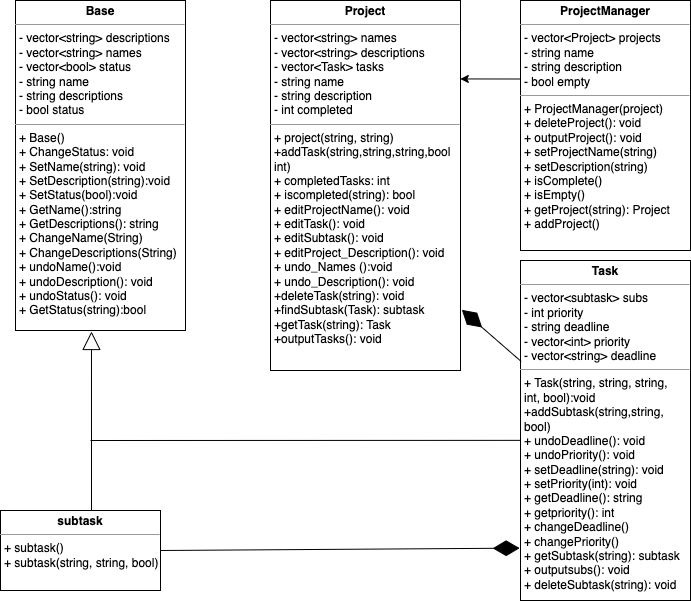
Earlier version of the draw.io export images/UML_CS100P.png (ELing24/Task_Scheduler_CPP). Source tidied: cells renumbered, new cells last; positions are measured from the earlier drawing's top-left corner, leaving out a move shared by most shapes.
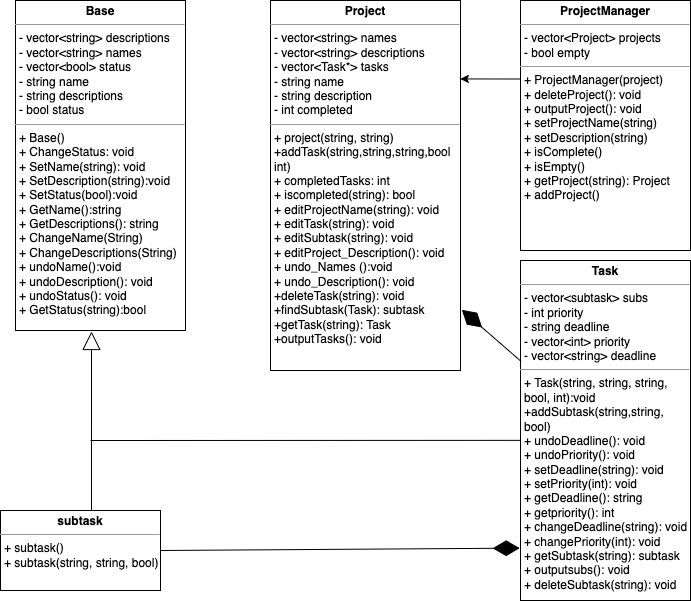
The same file after the commit.

Diff of the diagram source:
```diff
@@ -2,13 +2,13 @@
   <root>
     <mxCell id="0" />
     <mxCell id="1" parent="0" />
-    <mxCell id="2" value="&lt;p style=&quot;margin:0px;margin-top:4px;text-align:center;&quot;&gt;&lt;b&gt;ProjectManager&lt;/b&gt;&lt;/p&gt;&lt;hr size=&quot;1&quot;&gt;&lt;p style=&quot;margin:0px;margin-left:4px;&quot;&gt;- vector&amp;lt;Project&amp;gt; projects&lt;br&gt;&lt;/p&gt;&lt;p style=&quot;margin:0px;margin-left:4px;&quot;&gt;- string name&lt;/p&gt;&lt;p style=&quot;margin:0px;margin-left:4px;&quot;&gt;- string description&lt;/p&gt;&lt;p style=&quot;margin:0px;margin-left:4px;&quot;&gt;- bool empty&lt;/p&gt;&lt;hr size=&quot;1&quot;&gt;&lt;p style=&quot;margin:0px;margin-left:4px;&quot;&gt;+ ProjectManager(project)&lt;/p&gt;&lt;p style=&quot;margin:0px;margin-left:4px;&quot;&gt;+ deleteProject(): void&lt;br&gt;&lt;/p&gt;&lt;p style=&quot;margin:0px;margin-left:4px;&quot;&gt;+ outputProject(): void&lt;br&gt;&lt;/p&gt;&lt;p style=&quot;margin:0px;margin-left:4px;&quot;&gt;+ setProjectName(string)&lt;br&gt;&lt;/p&gt;&lt;p style=&quot;margin:0px;margin-left:4px;&quot;&gt;+ setDescription(string)&lt;br&gt;&lt;/p&gt;&lt;p style=&quot;margin:0px;margin-left:4px;&quot;&gt;+ isComplete()&lt;br&gt;&lt;/p&gt;&lt;p style=&quot;margin:0px;margin-left:4px;&quot;&gt;+ isEmpty()&lt;br&gt;&lt;/p&gt;&lt;p style=&quot;margin:0px;margin-left:4px;&quot;&gt;+ getProject(string): Project&lt;/p&gt;&lt;p style=&quot;margin:0px;margin-left:4px;&quot;&gt;+ addProject()&lt;/p&gt;" style="verticalAlign=top;align=left;overflow=fill;fontSize=12;fontFamily=Helvetica;html=1;" parent="1" vertex="1">
+    <mxCell id="2" value="&lt;p style=&quot;margin:0px;margin-top:4px;text-align:center;&quot;&gt;&lt;b&gt;ProjectManager&lt;/b&gt;&lt;/p&gt;&lt;hr size=&quot;1&quot;&gt;&lt;p style=&quot;margin:0px;margin-left:4px;&quot;&gt;- vector&amp;lt;Project&amp;gt; projects&lt;/p&gt;&lt;p style=&quot;margin:0px;margin-left:4px;&quot;&gt;- bool empty&lt;/p&gt;&lt;hr size=&quot;1&quot;&gt;&lt;p style=&quot;margin:0px;margin-left:4px;&quot;&gt;+ ProjectManager(project)&lt;/p&gt;&lt;p style=&quot;margin:0px;margin-left:4px;&quot;&gt;+ deleteProject(): void&lt;br&gt;&lt;/p&gt;&lt;p style=&quot;margin:0px;margin-left:4px;&quot;&gt;+ outputProject(): void&lt;br&gt;&lt;/p&gt;&lt;p style=&quot;margin:0px;margin-left:4px;&quot;&gt;+ setProjectName(string)&lt;br&gt;&lt;/p&gt;&lt;p style=&quot;margin:0px;margin-left:4px;&quot;&gt;+ setDescription(string)&lt;br&gt;&lt;/p&gt;&lt;p style=&quot;margin:0px;margin-left:4px;&quot;&gt;+ isComplete()&lt;br&gt;&lt;/p&gt;&lt;p style=&quot;margin:0px;margin-left:4px;&quot;&gt;+ isEmpty()&lt;br&gt;&lt;/p&gt;&lt;p style=&quot;margin:0px;margin-left:4px;&quot;&gt;+ getProject(string): Project&lt;/p&gt;&lt;p style=&quot;margin:0px;margin-left:4px;&quot;&gt;+ addProject()&lt;/p&gt;" style="verticalAlign=top;align=left;overflow=fill;fontSize=12;fontFamily=Helvetica;html=1;" parent="1" vertex="1">
       <mxGeometry x="520" width="170" height="250" as="geometry" />
     </mxCell>
-    <mxCell id="3" value="&lt;p style=&quot;margin:0px;margin-top:4px;text-align:center;&quot;&gt;&lt;b&gt;Project&lt;/b&gt;&lt;/p&gt;&lt;hr size=&quot;1&quot;&gt;&lt;p style=&quot;margin:0px;margin-left:4px;&quot;&gt;- vector&amp;lt;string&amp;gt; names&lt;br&gt;&lt;/p&gt;&lt;p style=&quot;margin:0px;margin-left:4px;&quot;&gt;- vector&amp;lt;string&amp;gt; descriptions&lt;/p&gt;&lt;p style=&quot;margin:0px;margin-left:4px;&quot;&gt;- vector&amp;lt;Task&amp;gt; tasks&lt;br&gt;&lt;/p&gt;&lt;p style=&quot;margin:0px;margin-left:4px;&quot;&gt;- string name&lt;/p&gt;&lt;p style=&quot;margin:0px;margin-left:4px;&quot;&gt;- string description&lt;br&gt;&lt;/p&gt;&lt;p style=&quot;margin:0px;margin-left:4px;&quot;&gt;- int completed&lt;br&gt;&lt;/p&gt;&lt;hr size=&quot;1&quot;&gt;&lt;p style=&quot;margin:0px;margin-left:4px;&quot;&gt;&lt;span style=&quot;background-color: initial;&quot;&gt;+ project(string, string)&lt;/span&gt;&lt;/p&gt;&lt;p style=&quot;margin:0px;margin-left:4px;&quot;&gt;&lt;span style=&quot;background-color: initial;&quot;&gt;+addTask(string,string,string,bool&lt;/span&gt;&lt;/p&gt;&lt;p style=&quot;margin:0px;margin-left:4px;&quot;&gt;&lt;span style=&quot;background-color: initial;&quot;&gt;int)&lt;/span&gt;&lt;/p&gt;&lt;p style=&quot;margin:0px;margin-left:4px;&quot;&gt;+ completedTasks: int&lt;br&gt;&lt;/p&gt;&lt;p style=&quot;margin:0px;margin-left:4px;&quot;&gt;+ iscompleted(string): bool&lt;/p&gt;&lt;p style=&quot;margin:0px;margin-left:4px;&quot;&gt;+ editProjectName(): void&lt;br&gt;&lt;/p&gt;&lt;p style=&quot;margin:0px;margin-left:4px;&quot;&gt;+ editTask(): void&lt;/p&gt;&lt;p style=&quot;margin:0px;margin-left:4px;&quot;&gt;+ editSubtask(): void&amp;nbsp;&lt;/p&gt;&lt;p style=&quot;margin:0px;margin-left:4px;&quot;&gt;+ editProject_Description(): void&lt;br&gt;&lt;/p&gt;&lt;p style=&quot;margin:0px;margin-left:4px;&quot;&gt;+ undo_Names ():void&lt;br&gt;&lt;/p&gt;&lt;p style=&quot;margin:0px;margin-left:4px;&quot;&gt;+ undo_Description(): void&lt;br&gt;&lt;/p&gt;&lt;p style=&quot;margin:0px;margin-left:4px;&quot;&gt;+deleteTask(string): void&lt;/p&gt;&lt;p style=&quot;margin:0px;margin-left:4px;&quot;&gt;+findSubtask(Task): subtask&lt;/p&gt;&lt;p style=&quot;margin:0px;margin-left:4px;&quot;&gt;+getTask(string): Task&lt;/p&gt;&lt;p style=&quot;margin:0px;margin-left:4px;&quot;&gt;+outputTasks(): void&lt;/p&gt;&lt;p style=&quot;margin:0px;margin-left:4px;&quot;&gt;&lt;br&gt;&lt;/p&gt;&lt;p style=&quot;margin:0px;margin-left:4px;&quot;&gt;&lt;br&gt;&lt;/p&gt;" style="verticalAlign=top;align=left;overflow=fill;fontSize=12;fontFamily=Helvetica;html=1;" parent="1" vertex="1">
+    <mxCell id="3" value="&lt;p style=&quot;margin:0px;margin-top:4px;text-align:center;&quot;&gt;&lt;b&gt;Project&lt;/b&gt;&lt;/p&gt;&lt;hr size=&quot;1&quot;&gt;&lt;p style=&quot;margin:0px;margin-left:4px;&quot;&gt;- vector&amp;lt;string&amp;gt; names&lt;br&gt;&lt;/p&gt;&lt;p style=&quot;margin:0px;margin-left:4px;&quot;&gt;- vector&amp;lt;string&amp;gt; descriptions&lt;/p&gt;&lt;p style=&quot;margin:0px;margin-left:4px;&quot;&gt;- vector&amp;lt;Task*&amp;gt; tasks&lt;br&gt;&lt;/p&gt;&lt;p style=&quot;margin:0px;margin-left:4px;&quot;&gt;- string name&lt;/p&gt;&lt;p style=&quot;margin:0px;margin-left:4px;&quot;&gt;- string description&lt;br&gt;&lt;/p&gt;&lt;p style=&quot;margin:0px;margin-left:4px;&quot;&gt;- int completed&lt;br&gt;&lt;/p&gt;&lt;hr size=&quot;1&quot;&gt;&lt;p style=&quot;margin:0px;margin-left:4px;&quot;&gt;&lt;span style=&quot;background-color: initial;&quot;&gt;+ project(string, string)&lt;/span&gt;&lt;/p&gt;&lt;p style=&quot;margin:0px;margin-left:4px;&quot;&gt;&lt;span style=&quot;background-color: initial;&quot;&gt;+addTask(string,string,string,bool&lt;/span&gt;&lt;/p&gt;&lt;p style=&quot;margin:0px;margin-left:4px;&quot;&gt;&lt;span style=&quot;background-color: initial;&quot;&gt;int)&lt;/span&gt;&lt;/p&gt;&lt;p style=&quot;margin:0px;margin-left:4px;&quot;&gt;+ completedTasks: int&lt;br&gt;&lt;/p&gt;&lt;p style=&quot;margin:0px;margin-left:4px;&quot;&gt;+ iscompleted(string): bool&lt;/p&gt;&lt;p style=&quot;margin:0px;margin-left:4px;&quot;&gt;+ editProjectName(string): void&lt;br&gt;&lt;/p&gt;&lt;p style=&quot;margin:0px;margin-left:4px;&quot;&gt;+ editTask(string): void&lt;/p&gt;&lt;p style=&quot;margin:0px;margin-left:4px;&quot;&gt;+ editSubtask(string): void&amp;nbsp;&lt;/p&gt;&lt;p style=&quot;margin:0px;margin-left:4px;&quot;&gt;+ editProject_Description(): void&lt;br&gt;&lt;/p&gt;&lt;p style=&quot;margin:0px;margin-left:4px;&quot;&gt;+ undo_Names ():void&lt;br&gt;&lt;/p&gt;&lt;p style=&quot;margin:0px;margin-left:4px;&quot;&gt;+ undo_Description(): void&lt;br&gt;&lt;/p&gt;&lt;p style=&quot;margin:0px;margin-left:4px;&quot;&gt;+deleteTask(string): void&lt;/p&gt;&lt;p style=&quot;margin:0px;margin-left:4px;&quot;&gt;+findSubtask(Task): subtask&lt;/p&gt;&lt;p style=&quot;margin:0px;margin-left:4px;&quot;&gt;+getTask(string): Task&lt;/p&gt;&lt;p style=&quot;margin:0px;margin-left:4px;&quot;&gt;+outputTasks(): void&lt;/p&gt;&lt;p style=&quot;margin:0px;margin-left:4px;&quot;&gt;&lt;br&gt;&lt;/p&gt;&lt;p style=&quot;margin:0px;margin-left:4px;&quot;&gt;&lt;br&gt;&lt;/p&gt;" style="verticalAlign=top;align=left;overflow=fill;fontSize=12;fontFamily=Helvetica;html=1;" parent="1" vertex="1">
       <mxGeometry x="270" width="190" height="370" as="geometry" />
     </mxCell>
-    <mxCell id="4" value="&lt;p style=&quot;margin:0px;margin-top:4px;text-align:center;&quot;&gt;&lt;b&gt;Task&lt;/b&gt;&lt;/p&gt;&lt;hr size=&quot;1&quot;&gt;&lt;p style=&quot;margin:0px;margin-left:4px;&quot;&gt;- vector&amp;lt;subtask&amp;gt; subs&lt;br&gt;&lt;/p&gt;&lt;p style=&quot;margin:0px;margin-left:4px;&quot;&gt;- int priority&lt;/p&gt;&lt;p style=&quot;margin:0px;margin-left:4px;&quot;&gt;- string deadline&lt;/p&gt;&lt;p style=&quot;margin:0px;margin-left:4px;&quot;&gt;- vector&amp;lt;int&amp;gt; priority&lt;/p&gt;&lt;p style=&quot;margin:0px;margin-left:4px;&quot;&gt;- vector&amp;lt;string&amp;gt; deadline&lt;/p&gt;&lt;hr size=&quot;1&quot;&gt;&lt;p style=&quot;margin:0px;margin-left:4px;&quot;&gt;&lt;span style=&quot;background-color: initial;&quot;&gt;+ Task(string, string, string,&lt;/span&gt;&lt;/p&gt;&lt;p style=&quot;margin:0px;margin-left:4px;&quot;&gt;int, bool):void&lt;/p&gt;&lt;p style=&quot;margin:0px;margin-left:4px;&quot;&gt;+addSubtask(string,string,&lt;/p&gt;&lt;p style=&quot;margin:0px;margin-left:4px;&quot;&gt;bool)&lt;/p&gt;&lt;p style=&quot;margin:0px;margin-left:4px;&quot;&gt;+ undoDeadline(): void&lt;/p&gt;&lt;p style=&quot;margin:0px;margin-left:4px;&quot;&gt;+ undoPriority(): void&lt;/p&gt;&lt;p style=&quot;margin:0px;margin-left:4px;&quot;&gt;+ setDeadline(string): void&lt;br&gt;&lt;/p&gt;&lt;p style=&quot;margin:0px;margin-left:4px;&quot;&gt;+ setPriority(int): void&lt;br&gt;&lt;/p&gt;&lt;p style=&quot;margin:0px;margin-left:4px;&quot;&gt;+ getDeadline(): string&lt;/p&gt;&lt;p style=&quot;margin:0px;margin-left:4px;&quot;&gt;+ getpriority(): int&lt;/p&gt;&lt;p style=&quot;margin:0px;margin-left:4px;&quot;&gt;+ changeDeadline()&lt;/p&gt;&lt;p style=&quot;margin:0px;margin-left:4px;&quot;&gt;+ changePriority()&lt;/p&gt;&lt;p style=&quot;margin:0px;margin-left:4px;&quot;&gt;+ getSubtask(string): subtask&lt;/p&gt;&lt;p style=&quot;margin:0px;margin-left:4px;&quot;&gt;+ outputsubs(): void&lt;/p&gt;&lt;p style=&quot;margin:0px;margin-left:4px;&quot;&gt;+ deleteSubtask(string): void&lt;/p&gt;" style="verticalAlign=top;align=left;overflow=fill;fontSize=12;fontFamily=Helvetica;html=1;" parent="1" vertex="1">
+    <mxCell id="4" value="&lt;p style=&quot;margin:0px;margin-top:4px;text-align:center;&quot;&gt;&lt;b&gt;Task&lt;/b&gt;&lt;/p&gt;&lt;hr size=&quot;1&quot;&gt;&lt;p style=&quot;margin:0px;margin-left:4px;&quot;&gt;- vector&amp;lt;subtask&amp;gt; subs&lt;br&gt;&lt;/p&gt;&lt;p style=&quot;margin:0px;margin-left:4px;&quot;&gt;- int priority&lt;/p&gt;&lt;p style=&quot;margin:0px;margin-left:4px;&quot;&gt;- string deadline&lt;/p&gt;&lt;p style=&quot;margin:0px;margin-left:4px;&quot;&gt;- vector&amp;lt;int&amp;gt; priority&lt;/p&gt;&lt;p style=&quot;margin:0px;margin-left:4px;&quot;&gt;- vector&amp;lt;string&amp;gt; deadline&lt;/p&gt;&lt;hr size=&quot;1&quot;&gt;&lt;p style=&quot;margin:0px;margin-left:4px;&quot;&gt;&lt;span style=&quot;background-color: initial;&quot;&gt;+ Task(string, string, string,&amp;nbsp;&lt;/span&gt;&lt;/p&gt;&lt;p style=&quot;margin:0px;margin-left:4px;&quot;&gt;&lt;span style=&quot;background-color: initial;&quot;&gt;bool, int):void&lt;/span&gt;&lt;/p&gt;&lt;p style=&quot;margin:0px;margin-left:4px;&quot;&gt;+addSubtask(string,string,&lt;/p&gt;&lt;p style=&quot;margin:0px;margin-left:4px;&quot;&gt;bool)&lt;/p&gt;&lt;p style=&quot;margin:0px;margin-left:4px;&quot;&gt;+ undoDeadline(): void&lt;/p&gt;&lt;p style=&quot;margin:0px;margin-left:4px;&quot;&gt;+ undoPriority(): void&lt;/p&gt;&lt;p style=&quot;margin:0px;margin-left:4px;&quot;&gt;+ setDeadline(string): void&lt;br&gt;&lt;/p&gt;&lt;p style=&quot;margin:0px;margin-left:4px;&quot;&gt;+ setPriority(int): void&lt;br&gt;&lt;/p&gt;&lt;p style=&quot;margin:0px;margin-left:4px;&quot;&gt;+ getDeadline(): string&lt;/p&gt;&lt;p style=&quot;margin:0px;margin-left:4px;&quot;&gt;+ getpriority(): int&lt;/p&gt;&lt;p style=&quot;margin:0px;margin-left:4px;&quot;&gt;+ changeDeadline(string): void&lt;/p&gt;&lt;p style=&quot;margin:0px;margin-left:4px;&quot;&gt;+ changePriority(int): void&lt;/p&gt;&lt;p style=&quot;margin:0px;margin-left:4px;&quot;&gt;+ getSubtask(string): subtask&lt;/p&gt;&lt;p style=&quot;margin:0px;margin-left:4px;&quot;&gt;+ outputsubs(): void&lt;/p&gt;&lt;p style=&quot;margin:0px;margin-left:4px;&quot;&gt;+ deleteSubtask(string): void&lt;/p&gt;" style="verticalAlign=top;align=left;overflow=fill;fontSize=12;fontFamily=Helvetica;html=1;" parent="1" vertex="1">
       <mxGeometry x="520" y="260" width="170" height="340" as="geometry" />
     </mxCell>
     <mxCell id="5" value="&lt;p style=&quot;margin:0px;margin-top:4px;text-align:center;&quot;&gt;&lt;b&gt;subtask&lt;/b&gt;&lt;/p&gt;&lt;hr size=&quot;1&quot;&gt;&lt;p style=&quot;margin:0px;margin-left:4px;&quot;&gt;&lt;span style=&quot;background-color: initial;&quot;&gt;+ subtask()&lt;/span&gt;&lt;br&gt;&lt;/p&gt;&lt;p style=&quot;margin:0px;margin-left:4px;&quot;&gt;&lt;span style=&quot;background-color: initial;&quot;&gt;+ subtask(string, string, bool)&lt;/span&gt;&lt;/p&gt;" style="verticalAlign=top;align=left;overflow=fill;fontSize=12;fontFamily=Helvetica;html=1;" parent="1" vertex="1">
```
